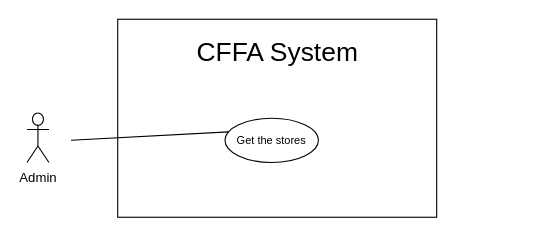
The draw.io diagram page "GetStores" (2 of 14) of Users/HuuDN/UsecaseDiagram/Admin/Overview.drawio in luannmdev/CapstoneDocument, before the edit. Source tidied: cells renumbered, new cells numbered last; positions are measured from the earlier drawing's top-left corner, leaving out a move shared by most shapes. Both pictures are drawn from the tidied source at 110%, with x=0, y=0 at pixel (26, 19).
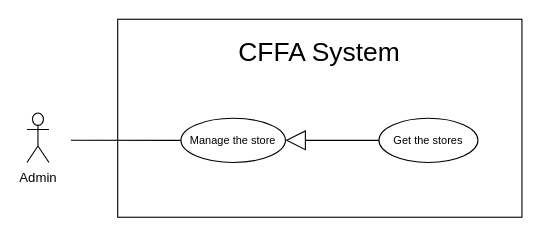
After the change.

Change to the diagram source:
```diff
@@
 <mxGraphModel>
   <root>
     <mxCell id="0" />
     <mxCell id="1" parent="0" />
     <mxCell id="2" style="rounded=0;whiteSpace=wrap;html=1;" parent="1" vertex="1">
-      <mxGeometry x="82.5" width="290" height="180" as="geometry" />
+      <mxGeometry x="82.5" width="367.5" height="180" as="geometry" />
     </mxCell>
     <mxCell id="3" value="&lt;span style=&quot;font-size: 24px&quot;&gt;CFFA System&lt;/span&gt;" style="text;html=1;strokeColor=none;fillColor=none;align=center;verticalAlign=middle;whiteSpace=wrap;rounded=0;" parent="1" vertex="1">
-      <mxGeometry x="62.5" y="20" width="330" height="20" as="geometry" />
+      <mxGeometry x="101.2" y="20" width="330" height="20" as="geometry" />
     </mxCell>
     <mxCell id="4" value="Admin" style="shape=umlActor;verticalLabelPosition=bottom;verticalAlign=top;html=1;" parent="1" vertex="1">
       <mxGeometry y="85.2" width="20" height="45" as="geometry" />
     </mxCell>
-    <mxCell id="5" value="&lt;font style=&quot;font-size: 10px&quot;&gt;Get the stores&lt;br&gt;&lt;/font&gt;" style="ellipse;whiteSpace=wrap;html=1;fillColor=#ffffff;gradientColor=none;" parent="1" vertex="1">
-      <mxGeometry x="180" y="90" width="85" height="40.2" as="geometry" />
+    <mxCell id="5" value="&lt;font size=&quot;1&quot;&gt;Manage the store&lt;/font&gt;" style="ellipse;whiteSpace=wrap;html=1;fillColor=#ffffff;gradientColor=none;" parent="1" vertex="1">
+      <mxGeometry x="140" y="90" width="95" height="40.2" as="geometry" />
     </mxCell>
-    <mxCell id="6" style="endArrow=none;html=1;rounded=0;exitX=0.039;exitY=0.308;exitDx=0;exitDy=0;exitPerimeter=0;" parent="1" edge="1" source="5">
+    <mxCell id="6" style="endArrow=none;html=1;rounded=0;" parent="1" edge="1" source="5">
       <mxGeometry relative="1" as="geometry">
         <mxPoint x="40" y="110" as="targetPoint" />
       </mxGeometry>
     </mxCell>
+    <mxCell id="7" value="&lt;font style=&quot;font-size: 10px&quot;&gt;Get the stores&lt;br&gt;&lt;/font&gt;" style="ellipse;whiteSpace=wrap;html=1;fillColor=#ffffff;gradientColor=none;" parent="1" vertex="1">
+      <mxGeometry x="320" y="90" width="90" height="40.2" as="geometry" />
+    </mxCell>
+    <mxCell id="8" style="endArrow=block;endSize=16;endFill=0;html=1;entryX=1;entryY=0.5;entryDx=0;entryDy=0;exitX=0;exitY=0.5;exitDx=0;exitDy=0;" parent="1" edge="1" source="7" target="5">
+      <mxGeometry relative="1" as="geometry" />
+    </mxCell>
   </root>
 </mxGraphModel>
```
